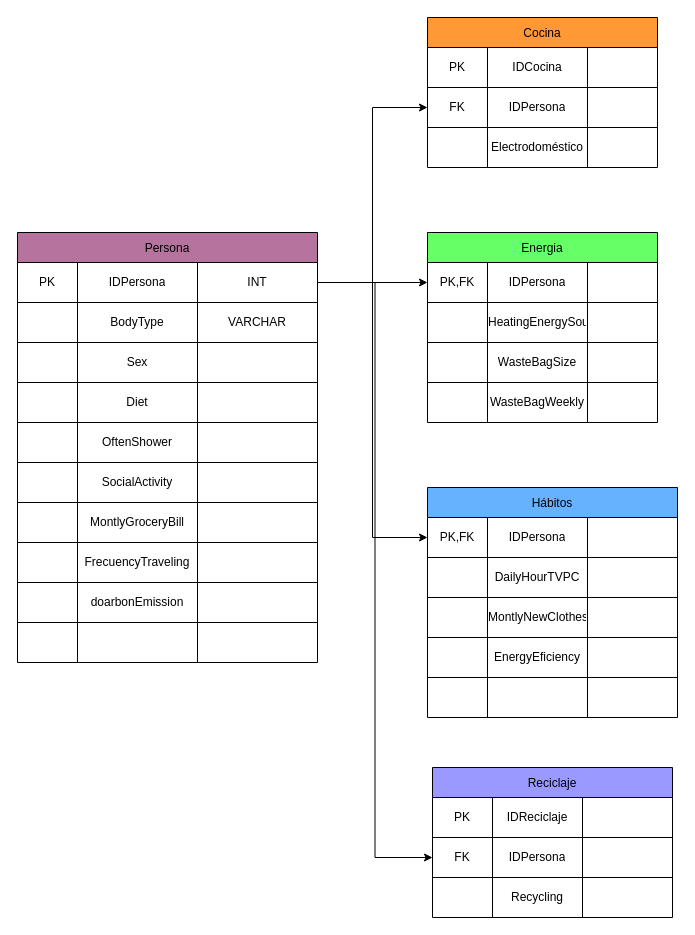
Before: Diagrama sin título.drawio in ValentRodriguez/Bases, a draw.io diagram. Source tidied: cells renumbered, new cells numbered last; positions are measured from the earlier drawing's top-left corner, leaving out a move shared by most shapes. Both pictures are drawn from the tidied source at 100%, with x=0, y=0 at pixel (17, 17).
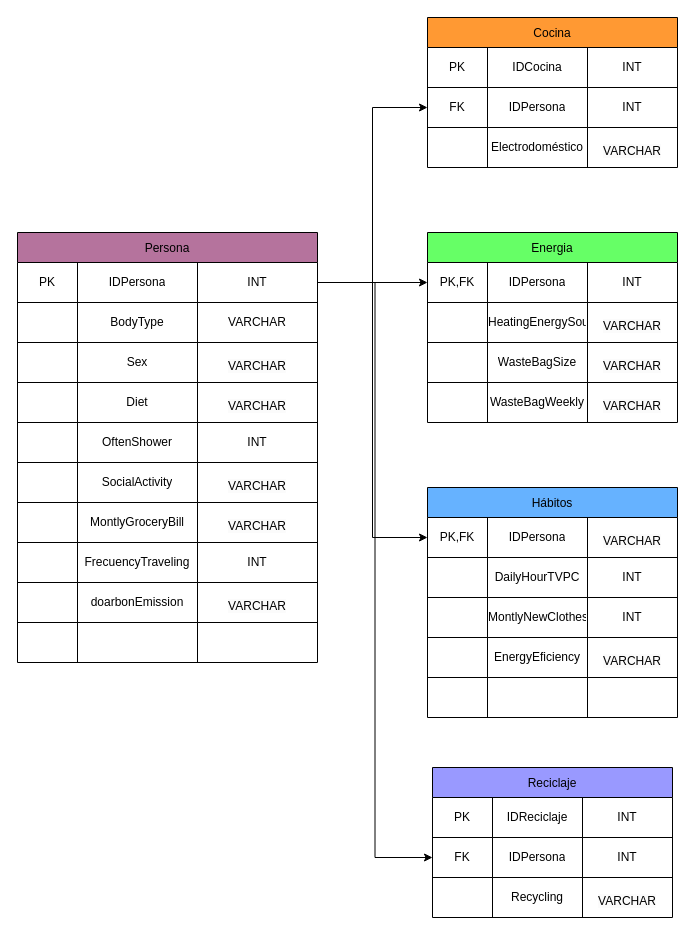
Above is the later version.

The change refers to these unchanged cells:
```xml
<mxCell id="11" style="shape=tableRow;horizontal=0;startSize=0;swimlaneHead=0;swimlaneBody=0;strokeColor=inherit;top=0;left=0;bottom=0;right=0;fillColor=none;" parent="2" vertex="1">
  <mxGeometry y="110" width="300" height="40" as="geometry" />
</mxCell>
<mxCell id="15" style="shape=tableRow;horizontal=0;startSize=0;swimlaneHead=0;swimlaneBody=0;strokeColor=inherit;top=0;left=0;bottom=0;right=0;fillColor=none;" parent="2" vertex="1">
  <mxGeometry y="150" width="300" height="40" as="geometry" />
</mxCell>
<mxCell id="19" style="shape=tableRow;horizontal=0;startSize=0;swimlaneHead=0;swimlaneBody=0;strokeColor=inherit;top=0;left=0;bottom=0;right=0;fillColor=none;" parent="2" vertex="1">
  <mxGeometry y="190" width="300" height="40" as="geometry" />
</mxCell>
<mxCell id="23" style="shape=tableRow;horizontal=0;startSize=0;swimlaneHead=0;swimlaneBody=0;strokeColor=inherit;top=0;left=0;bottom=0;right=0;fillColor=none;" parent="2" vertex="1">
  <mxGeometry y="230" width="300" height="40" as="geometry" />
</mxCell>
<mxCell id="27" style="shape=tableRow;horizontal=0;startSize=0;swimlaneHead=0;swimlaneBody=0;strokeColor=inherit;top=0;left=0;bottom=0;right=0;fillColor=none;" parent="2" vertex="1">
  <mxGeometry y="270" width="300" height="40" as="geometry" />
</mxCell>
<mxCell id="31" style="shape=tableRow;horizontal=0;startSize=0;swimlaneHead=0;swimlaneBody=0;strokeColor=inherit;top=0;left=0;bottom=0;right=0;fillColor=none;" parent="2" vertex="1">
  <mxGeometry y="310" width="300" height="40" as="geometry" />
</mxCell>
<mxCell id="35" style="shape=tableRow;horizontal=0;startSize=0;swimlaneHead=0;swimlaneBody=0;strokeColor=inherit;top=0;left=0;bottom=0;right=0;fillColor=none;" parent="2" vertex="1">
  <mxGeometry y="350" width="300" height="40" as="geometry" />
</mxCell>
<mxCell id="74" style="shape=tableRow;horizontal=0;startSize=0;swimlaneHead=0;swimlaneBody=0;strokeColor=inherit;top=0;left=0;bottom=0;right=0;fillColor=none;points=[[0,0.5],[1,0.5]];portConstraint=eastwest;" parent="73" vertex="1">
  <mxGeometry y="30" width="250" height="40" as="geometry" />
</mxCell>
<mxCell id="78" style="shape=tableRow;horizontal=0;startSize=0;swimlaneHead=0;swimlaneBody=0;strokeColor=inherit;top=0;left=0;bottom=0;right=0;fillColor=none;" parent="73" vertex="1">
  <mxGeometry y="70" width="250" height="40" as="geometry" />
</mxCell>
<mxCell id="82" style="shape=tableRow;horizontal=0;startSize=0;swimlaneHead=0;swimlaneBody=0;strokeColor=inherit;top=0;left=0;bottom=0;right=0;fillColor=none;" parent="73" vertex="1">
  <mxGeometry y="110" width="250" height="40" as="geometry" />
</mxCell>
<mxCell id="86" style="shape=tableRow;horizontal=0;startSize=0;swimlaneHead=0;swimlaneBody=0;strokeColor=inherit;top=0;left=0;bottom=0;right=0;fillColor=none;" parent="73" vertex="1">
  <mxGeometry y="150" width="250" height="40" as="geometry" />
</mxCell>
<mxCell id="95" style="shape=tableRow;horizontal=0;startSize=0;swimlaneHead=0;swimlaneBody=0;strokeColor=inherit;top=0;left=0;bottom=0;right=0;fillColor=none;" parent="94" vertex="1">
  <mxGeometry y="30" width="240" height="40" as="geometry" />
</mxCell>
<mxCell id="99" style="shape=tableRow;horizontal=0;startSize=0;swimlaneHead=0;swimlaneBody=0;strokeColor=inherit;top=0;left=0;bottom=0;right=0;fillColor=none;points=[[0,0.5],[1,0.5]];portConstraint=eastwest;" parent="94" vertex="1">
  <mxGeometry y="70" width="240" height="40" as="geometry" />
</mxCell>
<mxCell id="103" style="shape=tableRow;horizontal=0;startSize=0;swimlaneHead=0;swimlaneBody=0;strokeColor=inherit;top=0;left=0;bottom=0;right=0;fillColor=none;" parent="94" vertex="1">
  <mxGeometry y="110" width="240" height="40" as="geometry" />
</mxCell>
```

The edit, as a diff of the source:
```diff
@@
-    <mxCell id="14" style="shape=partialRectangle;html=1;whiteSpace=wrap;strokeColor=inherit;overflow=hidden;fillColor=none;top=0;left=0;bottom=0;right=0;" parent="11" vertex="1">
+    <mxCell id="14" value="&#10;&lt;span style=&quot;color: rgb(0, 0, 0); font-family: Helvetica; font-size: 12px; font-style: normal; font-variant-ligatures: normal; font-variant-caps: normal; font-weight: 400; letter-spacing: normal; orphans: 2; text-align: center; text-indent: 0px; text-transform: none; widows: 2; word-spacing: 0px; -webkit-text-stroke-width: 0px; white-space: normal; background-color: rgb(251, 251, 251); text-decoration-thickness: initial; text-decoration-style: initial; text-decoration-color: initial; display: inline !important; float: none;&quot;&gt;VARCHAR&lt;/span&gt;&#10;&#10;" style="shape=partialRectangle;html=1;whiteSpace=wrap;strokeColor=inherit;overflow=hidden;fillColor=none;top=0;left=0;bottom=0;right=0;" parent="11" vertex="1">
       <mxGeometry x="180" width="120" height="40" as="geometry" />
     </mxCell>
@@
-    <mxCell id="18" style="shape=partialRectangle;html=1;whiteSpace=wrap;strokeColor=inherit;overflow=hidden;fillColor=none;top=0;left=0;bottom=0;right=0;" parent="15" vertex="1">
+    <mxCell id="18" value="&#10;&lt;span style=&quot;color: rgb(0, 0, 0); font-family: Helvetica; font-size: 12px; font-style: normal; font-variant-ligatures: normal; font-variant-caps: normal; font-weight: 400; letter-spacing: normal; orphans: 2; text-align: center; text-indent: 0px; text-transform: none; widows: 2; word-spacing: 0px; -webkit-text-stroke-width: 0px; white-space: normal; background-color: rgb(251, 251, 251); text-decoration-thickness: initial; text-decoration-style: initial; text-decoration-color: initial; display: inline !important; float: none;&quot;&gt;VARCHAR&lt;/span&gt;&#10;&#10;" style="shape=partialRectangle;html=1;whiteSpace=wrap;strokeColor=inherit;overflow=hidden;fillColor=none;top=0;left=0;bottom=0;right=0;" parent="15" vertex="1">
       <mxGeometry x="180" width="120" height="40" as="geometry" />
     </mxCell>
@@
-    <mxCell id="22" style="shape=partialRectangle;html=1;whiteSpace=wrap;strokeColor=inherit;overflow=hidden;fillColor=none;top=0;left=0;bottom=0;right=0;" parent="19" vertex="1">
+    <mxCell id="22" value="INT" style="shape=partialRectangle;html=1;whiteSpace=wrap;strokeColor=inherit;overflow=hidden;fillColor=none;top=0;left=0;bottom=0;right=0;" parent="19" vertex="1">
       <mxGeometry x="180" width="120" height="40" as="geometry" />
     </mxCell>
@@
-    <mxCell id="26" style="shape=partialRectangle;html=1;whiteSpace=wrap;strokeColor=inherit;overflow=hidden;fillColor=none;top=0;left=0;bottom=0;right=0;" parent="23" vertex="1">
+    <mxCell id="26" value="&#10;&lt;span style=&quot;color: rgb(0, 0, 0); font-family: Helvetica; font-size: 12px; font-style: normal; font-variant-ligatures: normal; font-variant-caps: normal; font-weight: 400; letter-spacing: normal; orphans: 2; text-align: center; text-indent: 0px; text-transform: none; widows: 2; word-spacing: 0px; -webkit-text-stroke-width: 0px; white-space: normal; background-color: rgb(251, 251, 251); text-decoration-thickness: initial; text-decoration-style: initial; text-decoration-color: initial; display: inline !important; float: none;&quot;&gt;VARCHAR&lt;/span&gt;&#10;&#10;" style="shape=partialRectangle;html=1;whiteSpace=wrap;strokeColor=inherit;overflow=hidden;fillColor=none;top=0;left=0;bottom=0;right=0;" parent="23" vertex="1">
       <mxGeometry x="180" width="120" height="40" as="geometry" />
     </mxCell>
@@
-    <mxCell id="30" style="shape=partialRectangle;html=1;whiteSpace=wrap;strokeColor=inherit;overflow=hidden;fillColor=none;top=0;left=0;bottom=0;right=0;" parent="27" vertex="1">
+    <mxCell id="30" value="&#10;&lt;span style=&quot;color: rgb(0, 0, 0); font-family: Helvetica; font-size: 12px; font-style: normal; font-variant-ligatures: normal; font-variant-caps: normal; font-weight: 400; letter-spacing: normal; orphans: 2; text-align: center; text-indent: 0px; text-transform: none; widows: 2; word-spacing: 0px; -webkit-text-stroke-width: 0px; white-space: normal; background-color: rgb(251, 251, 251); text-decoration-thickness: initial; text-decoration-style: initial; text-decoration-color: initial; display: inline !important; float: none;&quot;&gt;VARCHAR&lt;/span&gt;&#10;&#10;" style="shape=partialRectangle;html=1;whiteSpace=wrap;strokeColor=inherit;overflow=hidden;fillColor=none;top=0;left=0;bottom=0;right=0;" parent="27" vertex="1">
       <mxGeometry x="180" width="120" height="40" as="geometry" />
     </mxCell>
@@
-    <mxCell id="34" style="shape=partialRectangle;html=1;whiteSpace=wrap;strokeColor=inherit;overflow=hidden;fillColor=none;top=0;left=0;bottom=0;right=0;" parent="31" vertex="1">
+    <mxCell id="34" value="INT" style="shape=partialRectangle;html=1;whiteSpace=wrap;strokeColor=inherit;overflow=hidden;fillColor=none;top=0;left=0;bottom=0;right=0;" parent="31" vertex="1">
       <mxGeometry x="180" width="120" height="40" as="geometry" />
     </mxCell>
@@
-    <mxCell id="38" style="shape=partialRectangle;html=1;whiteSpace=wrap;strokeColor=inherit;overflow=hidden;fillColor=none;top=0;left=0;bottom=0;right=0;" parent="35" vertex="1">
+    <mxCell id="38" value="&#10;&lt;span style=&quot;color: rgb(0, 0, 0); font-family: Helvetica; font-size: 12px; font-style: normal; font-variant-ligatures: normal; font-variant-caps: normal; font-weight: 400; letter-spacing: normal; orphans: 2; text-align: center; text-indent: 0px; text-transform: none; widows: 2; word-spacing: 0px; -webkit-text-stroke-width: 0px; white-space: normal; background-color: rgb(251, 251, 251); text-decoration-thickness: initial; text-decoration-style: initial; text-decoration-color: initial; display: inline !important; float: none;&quot;&gt;VARCHAR&lt;/span&gt;&#10;&#10;" style="shape=partialRectangle;html=1;whiteSpace=wrap;strokeColor=inherit;overflow=hidden;fillColor=none;top=0;left=0;bottom=0;right=0;" parent="35" vertex="1">
       <mxGeometry x="180" width="120" height="40" as="geometry" />
     </mxCell>
@@
     <mxCell id="43" value="Cocina" style="shape=table;startSize=30;childLayout=tableLayout;fillColor=#FF9933;" parent="1" vertex="1">
-      <mxGeometry x="410" width="230" height="150" as="geometry" />
+      <mxGeometry x="410" width="250" height="150" as="geometry" />
     </mxCell>
     <mxCell id="44" style="shape=tableRow;horizontal=0;startSize=0;swimlaneHead=0;swimlaneBody=0;strokeColor=inherit;top=0;left=0;bottom=0;right=0;fillColor=none;" parent="43" vertex="1">
-      <mxGeometry y="30" width="230" height="40" as="geometry" />
+      <mxGeometry y="30" width="250" height="40" as="geometry" />
     </mxCell>
@@
-    <mxCell id="47" style="shape=partialRectangle;html=1;whiteSpace=wrap;strokeColor=inherit;overflow=hidden;fillColor=none;top=0;left=0;bottom=0;right=0;" parent="44" vertex="1">
-      <mxGeometry x="160" width="70" height="40" as="geometry" />
+    <mxCell id="47" value="INT" style="shape=partialRectangle;html=1;whiteSpace=wrap;strokeColor=inherit;overflow=hidden;fillColor=none;top=0;left=0;bottom=0;right=0;" parent="44" vertex="1">
+      <mxGeometry x="160" width="90" height="40" as="geometry" />
     </mxCell>
     <mxCell id="48" style="shape=tableRow;horizontal=0;startSize=0;swimlaneHead=0;swimlaneBody=0;strokeColor=inherit;top=0;left=0;bottom=0;right=0;fillColor=none;points=[[0,0.5],[1,0.5]];portConstraint=eastwest;" parent="43" vertex="1">
-      <mxGeometry y="70" width="230" height="40" as="geometry" />
+      <mxGeometry y="70" width="250" height="40" as="geometry" />
     </mxCell>
@@
-    <mxCell id="51" style="shape=partialRectangle;html=1;whiteSpace=wrap;strokeColor=inherit;overflow=hidden;fillColor=none;top=0;left=0;bottom=0;right=0;" parent="48" vertex="1">
-      <mxGeometry x="160" width="70" height="40" as="geometry" />
+    <mxCell id="51" value="INT" style="shape=partialRectangle;html=1;whiteSpace=wrap;strokeColor=inherit;overflow=hidden;fillColor=none;top=0;left=0;bottom=0;right=0;" parent="48" vertex="1">
+      <mxGeometry x="160" width="90" height="40" as="geometry" />
     </mxCell>
     <mxCell id="52" style="shape=tableRow;horizontal=0;startSize=0;swimlaneHead=0;swimlaneBody=0;strokeColor=inherit;top=0;left=0;bottom=0;right=0;fillColor=none;" parent="43" vertex="1">
-      <mxGeometry y="110" width="230" height="40" as="geometry" />
+      <mxGeometry y="110" width="250" height="40" as="geometry" />
     </mxCell>
@@
-    <mxCell id="55" style="shape=partialRectangle;html=1;whiteSpace=wrap;strokeColor=inherit;overflow=hidden;fillColor=none;top=0;left=0;bottom=0;right=0;" parent="52" vertex="1">
-      <mxGeometry x="160" width="70" height="40" as="geometry" />
+    <mxCell id="55" value="&#10;&lt;span style=&quot;color: rgb(0, 0, 0); font-family: Helvetica; font-size: 12px; font-style: normal; font-variant-ligatures: normal; font-variant-caps: normal; font-weight: 400; letter-spacing: normal; orphans: 2; text-align: center; text-indent: 0px; text-transform: none; widows: 2; word-spacing: 0px; -webkit-text-stroke-width: 0px; white-space: normal; background-color: rgb(251, 251, 251); text-decoration-thickness: initial; text-decoration-style: initial; text-decoration-color: initial; display: inline !important; float: none;&quot;&gt;VARCHAR&lt;/span&gt;&#10;&#10;" style="shape=partialRectangle;html=1;whiteSpace=wrap;strokeColor=inherit;overflow=hidden;fillColor=none;top=0;left=0;bottom=0;right=0;" parent="52" vertex="1">
+      <mxGeometry x="160" width="90" height="40" as="geometry" />
     </mxCell>
     <mxCell id="56" value="Energia" style="shape=table;startSize=30;childLayout=tableLayout;fillColor=#66FF66;" parent="1" vertex="1">
-      <mxGeometry x="410" y="215" width="230" height="190" as="geometry" />
+      <mxGeometry x="410" y="215" width="250" height="190" as="geometry" />
     </mxCell>
     <mxCell id="57" style="shape=tableRow;horizontal=0;startSize=0;swimlaneHead=0;swimlaneBody=0;strokeColor=inherit;top=0;left=0;bottom=0;right=0;fillColor=none;points=[[0,0.5],[1,0.5]];portConstraint=eastwest;" parent="56" vertex="1">
-      <mxGeometry y="30" width="230" height="40" as="geometry" />
+      <mxGeometry y="30" width="250" height="40" as="geometry" />
     </mxCell>
@@
-    <mxCell id="60" style="shape=partialRectangle;html=1;whiteSpace=wrap;strokeColor=inherit;overflow=hidden;fillColor=none;top=0;left=0;bottom=0;right=0;" parent="57" vertex="1">
-      <mxGeometry x="160" width="70" height="40" as="geometry" />
+    <mxCell id="60" value="INT" style="shape=partialRectangle;html=1;whiteSpace=wrap;strokeColor=inherit;overflow=hidden;fillColor=none;top=0;left=0;bottom=0;right=0;" parent="57" vertex="1">
+      <mxGeometry x="160" width="90" height="40" as="geometry" />
     </mxCell>
     <mxCell id="61" style="shape=tableRow;horizontal=0;startSize=0;swimlaneHead=0;swimlaneBody=0;strokeColor=inherit;top=0;left=0;bottom=0;right=0;fillColor=none;" parent="56" vertex="1">
-      <mxGeometry y="70" width="230" height="40" as="geometry" />
+      <mxGeometry y="70" width="250" height="40" as="geometry" />
     </mxCell>
@@
-    <mxCell id="64" style="shape=partialRectangle;html=1;whiteSpace=wrap;strokeColor=inherit;overflow=hidden;fillColor=none;top=0;left=0;bottom=0;right=0;" parent="61" vertex="1">
-      <mxGeometry x="160" width="70" height="40" as="geometry" />
+    <mxCell id="64" value="&#10;&lt;span style=&quot;color: rgb(0, 0, 0); font-family: Helvetica; font-size: 12px; font-style: normal; font-variant-ligatures: normal; font-variant-caps: normal; font-weight: 400; letter-spacing: normal; orphans: 2; text-align: center; text-indent: 0px; text-transform: none; widows: 2; word-spacing: 0px; -webkit-text-stroke-width: 0px; white-space: normal; background-color: rgb(251, 251, 251); text-decoration-thickness: initial; text-decoration-style: initial; text-decoration-color: initial; display: inline !important; float: none;&quot;&gt;VARCHAR&lt;/span&gt;&#10;&#10;" style="shape=partialRectangle;html=1;whiteSpace=wrap;strokeColor=inherit;overflow=hidden;fillColor=none;top=0;left=0;bottom=0;right=0;" parent="61" vertex="1">
+      <mxGeometry x="160" width="90" height="40" as="geometry" />
     </mxCell>
     <mxCell id="65" style="shape=tableRow;horizontal=0;startSize=0;swimlaneHead=0;swimlaneBody=0;strokeColor=inherit;top=0;left=0;bottom=0;right=0;fillColor=none;" parent="56" vertex="1">
-      <mxGeometry y="110" width="230" height="40" as="geometry" />
+      <mxGeometry y="110" width="250" height="40" as="geometry" />
     </mxCell>
@@
-    <mxCell id="68" style="shape=partialRectangle;html=1;whiteSpace=wrap;strokeColor=inherit;overflow=hidden;fillColor=none;top=0;left=0;bottom=0;right=0;" parent="65" vertex="1">
-      <mxGeometry x="160" width="70" height="40" as="geometry" />
+    <mxCell id="68" value="&#10;&lt;span style=&quot;color: rgb(0, 0, 0); font-family: Helvetica; font-size: 12px; font-style: normal; font-variant-ligatures: normal; font-variant-caps: normal; font-weight: 400; letter-spacing: normal; orphans: 2; text-align: center; text-indent: 0px; text-transform: none; widows: 2; word-spacing: 0px; -webkit-text-stroke-width: 0px; white-space: normal; background-color: rgb(251, 251, 251); text-decoration-thickness: initial; text-decoration-style: initial; text-decoration-color: initial; display: inline !important; float: none;&quot;&gt;VARCHAR&lt;/span&gt;&#10;&#10;" style="shape=partialRectangle;html=1;whiteSpace=wrap;strokeColor=inherit;overflow=hidden;fillColor=none;top=0;left=0;bottom=0;right=0;" parent="65" vertex="1">
+      <mxGeometry x="160" width="90" height="40" as="geometry" />
     </mxCell>
     <mxCell id="69" style="shape=tableRow;horizontal=0;startSize=0;swimlaneHead=0;swimlaneBody=0;strokeColor=inherit;top=0;left=0;bottom=0;right=0;fillColor=none;" parent="56" vertex="1">
-      <mxGeometry y="150" width="230" height="40" as="geometry" />
+      <mxGeometry y="150" width="250" height="40" as="geometry" />
     </mxCell>
@@
-    <mxCell id="72" style="shape=partialRectangle;html=1;whiteSpace=wrap;strokeColor=inherit;overflow=hidden;fillColor=none;top=0;left=0;bottom=0;right=0;" parent="69" vertex="1">
-      <mxGeometry x="160" width="70" height="40" as="geometry" />
+    <mxCell id="72" value="&#10;&lt;span style=&quot;color: rgb(0, 0, 0); font-family: Helvetica; font-size: 12px; font-style: normal; font-variant-ligatures: normal; font-variant-caps: normal; font-weight: 400; letter-spacing: normal; orphans: 2; text-align: center; text-indent: 0px; text-transform: none; widows: 2; word-spacing: 0px; -webkit-text-stroke-width: 0px; white-space: normal; background-color: rgb(251, 251, 251); text-decoration-thickness: initial; text-decoration-style: initial; text-decoration-color: initial; display: inline !important; float: none;&quot;&gt;VARCHAR&lt;/span&gt;&#10;&#10;" style="shape=partialRectangle;html=1;whiteSpace=wrap;strokeColor=inherit;overflow=hidden;fillColor=none;top=0;left=0;bottom=0;right=0;" parent="69" vertex="1">
+      <mxGeometry x="160" width="90" height="40" as="geometry" />
     </mxCell>
@@
-    <mxCell id="77" style="shape=partialRectangle;html=1;whiteSpace=wrap;strokeColor=inherit;overflow=hidden;fillColor=none;top=0;left=0;bottom=0;right=0;" parent="74" vertex="1">
+    <mxCell id="77" value="&#10;&lt;span style=&quot;color: rgb(0, 0, 0); font-family: Helvetica; font-size: 12px; font-style: normal; font-variant-ligatures: normal; font-variant-caps: normal; font-weight: 400; letter-spacing: normal; orphans: 2; text-align: center; text-indent: 0px; text-transform: none; widows: 2; word-spacing: 0px; -webkit-text-stroke-width: 0px; white-space: normal; background-color: rgb(251, 251, 251); text-decoration-thickness: initial; text-decoration-style: initial; text-decoration-color: initial; display: inline !important; float: none;&quot;&gt;VARCHAR&lt;/span&gt;&#10;&#10;" style="shape=partialRectangle;html=1;whiteSpace=wrap;strokeColor=inherit;overflow=hidden;fillColor=none;top=0;left=0;bottom=0;right=0;" parent="74" vertex="1">
       <mxGeometry x="160" width="90" height="40" as="geometry" />
     </mxCell>
@@
-    <mxCell id="81" style="shape=partialRectangle;html=1;whiteSpace=wrap;strokeColor=inherit;overflow=hidden;fillColor=none;top=0;left=0;bottom=0;right=0;" parent="78" vertex="1">
+    <mxCell id="81" value="INT" style="shape=partialRectangle;html=1;whiteSpace=wrap;strokeColor=inherit;overflow=hidden;fillColor=none;top=0;left=0;bottom=0;right=0;" parent="78" vertex="1">
       <mxGeometry x="160" width="90" height="40" as="geometry" />
     </mxCell>
@@
-    <mxCell id="85" style="shape=partialRectangle;html=1;whiteSpace=wrap;strokeColor=inherit;overflow=hidden;fillColor=none;top=0;left=0;bottom=0;right=0;" parent="82" vertex="1">
+    <mxCell id="85" value="INT" style="shape=partialRectangle;html=1;whiteSpace=wrap;strokeColor=inherit;overflow=hidden;fillColor=none;top=0;left=0;bottom=0;right=0;" parent="82" vertex="1">
       <mxGeometry x="160" width="90" height="40" as="geometry" />
     </mxCell>
@@
-    <mxCell id="89" style="shape=partialRectangle;html=1;whiteSpace=wrap;strokeColor=inherit;overflow=hidden;fillColor=none;top=0;left=0;bottom=0;right=0;" parent="86" vertex="1">
+    <mxCell id="89" value="&#10;&lt;span style=&quot;color: rgb(0, 0, 0); font-family: Helvetica; font-size: 12px; font-style: normal; font-variant-ligatures: normal; font-variant-caps: normal; font-weight: 400; letter-spacing: normal; orphans: 2; text-align: center; text-indent: 0px; text-transform: none; widows: 2; word-spacing: 0px; -webkit-text-stroke-width: 0px; white-space: normal; background-color: rgb(251, 251, 251); text-decoration-thickness: initial; text-decoration-style: initial; text-decoration-color: initial; display: inline !important; float: none;&quot;&gt;VARCHAR&lt;/span&gt;&#10;&#10;" style="shape=partialRectangle;html=1;whiteSpace=wrap;strokeColor=inherit;overflow=hidden;fillColor=none;top=0;left=0;bottom=0;right=0;" parent="86" vertex="1">
       <mxGeometry x="160" width="90" height="40" as="geometry" />
     </mxCell>
@@
-    <mxCell id="98" style="shape=partialRectangle;html=1;whiteSpace=wrap;strokeColor=inherit;overflow=hidden;fillColor=none;top=0;left=0;bottom=0;right=0;" parent="95" vertex="1">
+    <mxCell id="98" value="INT" style="shape=partialRectangle;html=1;whiteSpace=wrap;strokeColor=inherit;overflow=hidden;fillColor=none;top=0;left=0;bottom=0;right=0;" parent="95" vertex="1">
       <mxGeometry x="150" width="90" height="40" as="geometry" />
     </mxCell>
@@
-    <mxCell id="102" style="shape=partialRectangle;html=1;whiteSpace=wrap;strokeColor=inherit;overflow=hidden;fillColor=none;top=0;left=0;bottom=0;right=0;" parent="99" vertex="1">
+    <mxCell id="102" value="INT" style="shape=partialRectangle;html=1;whiteSpace=wrap;strokeColor=inherit;overflow=hidden;fillColor=none;top=0;left=0;bottom=0;right=0;" parent="99" vertex="1">
       <mxGeometry x="150" width="90" height="40" as="geometry" />
     </mxCell>
@@
-    <mxCell id="106" style="shape=partialRectangle;html=1;whiteSpace=wrap;strokeColor=inherit;overflow=hidden;fillColor=none;top=0;left=0;bottom=0;right=0;" parent="103" vertex="1">
+    <mxCell id="106" value="&#10;&lt;span style=&quot;color: rgb(0, 0, 0); font-family: Helvetica; font-size: 12px; font-style: normal; font-variant-ligatures: normal; font-variant-caps: normal; font-weight: 400; letter-spacing: normal; orphans: 2; text-align: center; text-indent: 0px; text-transform: none; widows: 2; word-spacing: 0px; -webkit-text-stroke-width: 0px; white-space: normal; background-color: rgb(251, 251, 251); text-decoration-thickness: initial; text-decoration-style: initial; text-decoration-color: initial; display: inline !important; float: none;&quot;&gt;VARCHAR&lt;/span&gt;&#10;&#10;" style="shape=partialRectangle;html=1;whiteSpace=wrap;strokeColor=inherit;overflow=hidden;fillColor=none;top=0;left=0;bottom=0;right=0;" parent="103" vertex="1">
       <mxGeometry x="150" width="90" height="40" as="geometry" />
     </mxCell>
```
